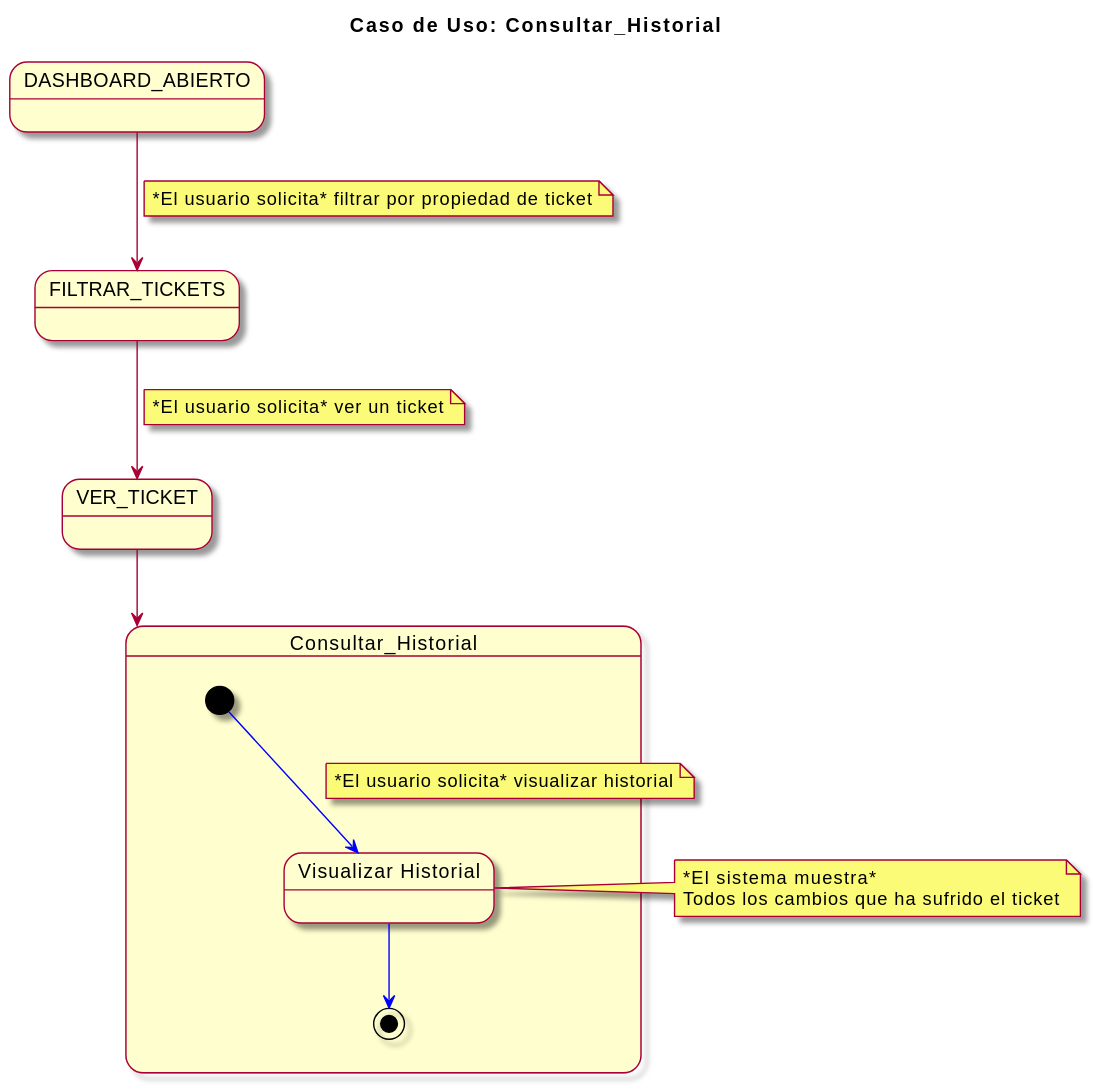
Before: imagenes/modelosUML/CDUConsultarHistorial.svg, a diagram exported from PlantUML (mmasias/23-24-IdSw1-SDR).
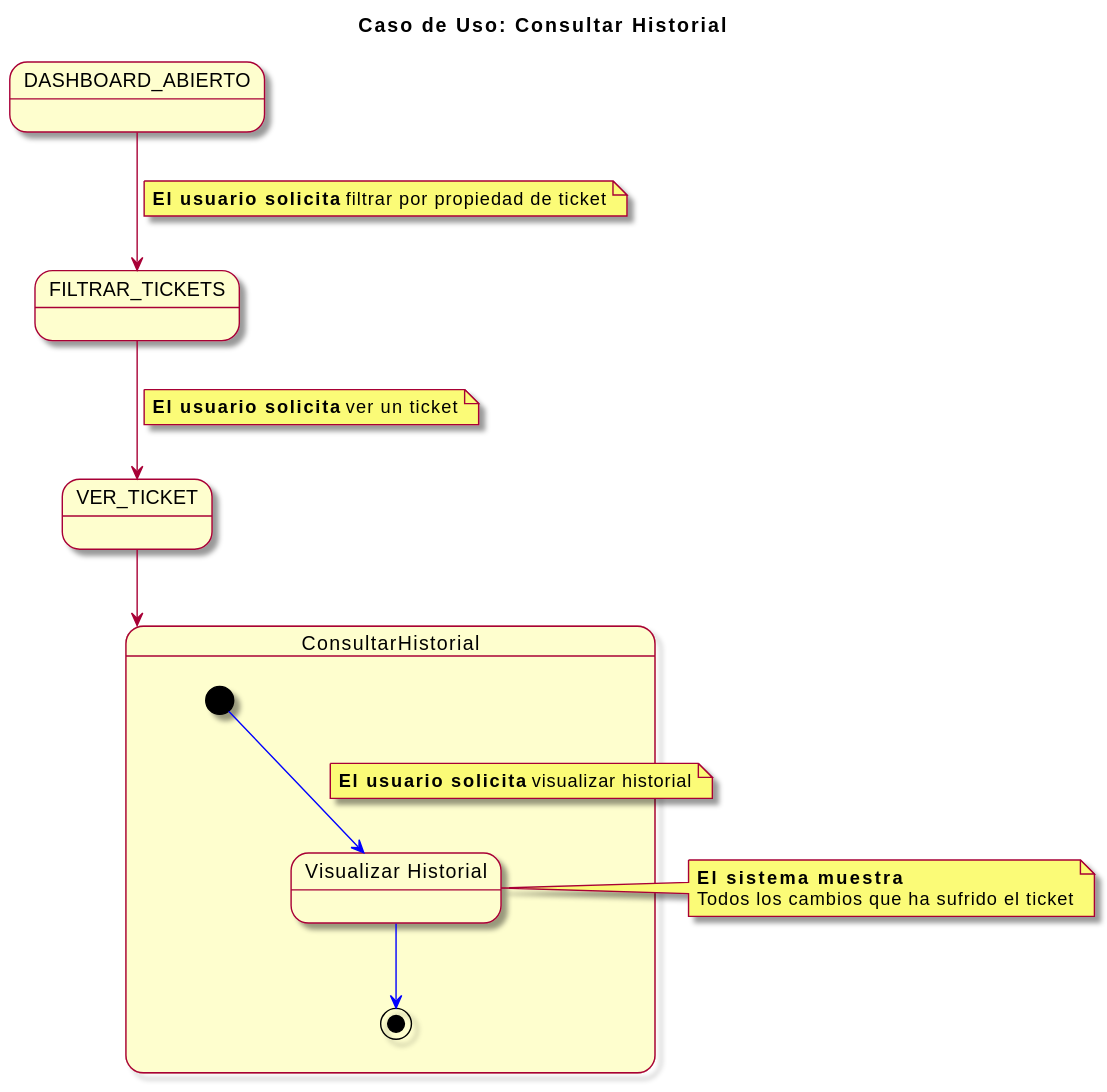
Later version of the same file.

Commit message:
cambios de negrita en el diagrama de consultar historial

The edit, as a diff of the source:
```diff
@@ -1,25 +1,25 @@
 @startuml
 skin rose
-title Caso de Uso: Consultar_Historial
+title Caso de Uso: Consultar Historial
 
 state DASHBOARD_ABIERTO
 
 
 DASHBOARD_ABIERTO --> FILTRAR_TICKETS
-note on link: *El usuario solicita* filtrar por propiedad de ticket
+note on link: **El usuario solicita** filtrar por propiedad de ticket
 FILTRAR_TICKETS --> VER_TICKET
-note on link: *El usuario solicita* ver un ticket
-VER_TICKET --> Consultar_Historial
+note on link: **El usuario solicita** ver un ticket
+VER_TICKET --> ConsultarHistorial
 
-state Consultar_Historial {
+state ConsultarHistorial {
   [*] -[#blue]-> visualizarHistorial
-  note on link: *El usuario solicita* visualizar historial
+  note on link: **El usuario solicita** visualizar historial
   state "Visualizar Historial" as visualizarHistorial
   visualizarHistorial -[#blue]-> [*]
 }
 
 note right of visualizarHistorial
-  *El sistema muestra*
+  **El sistema muestra**
   Todos los cambios que ha sufrido el ticket
 end note
 @enduml
```
